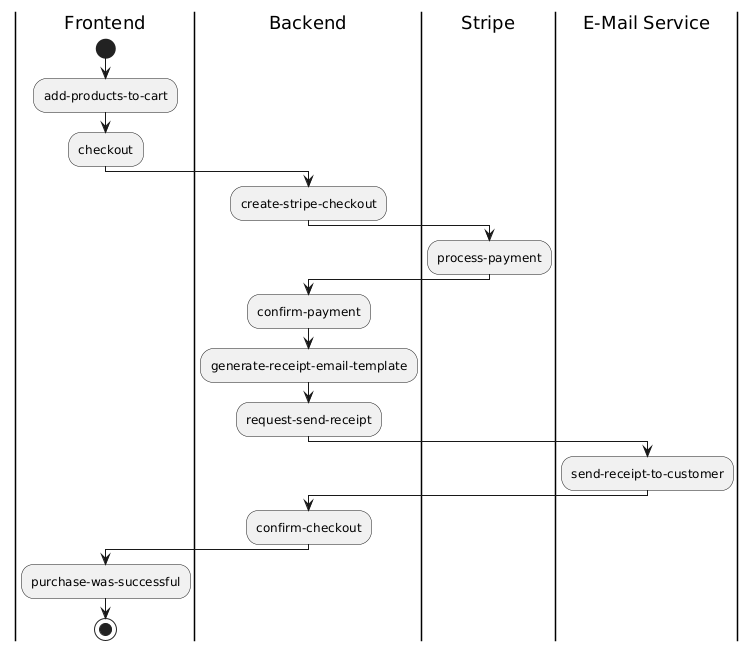
Earlier version of the PlantUML export documentation/images/uml_swimlane_checkout.png (EdwardSpaeth/Cloud-Project-Group-11).
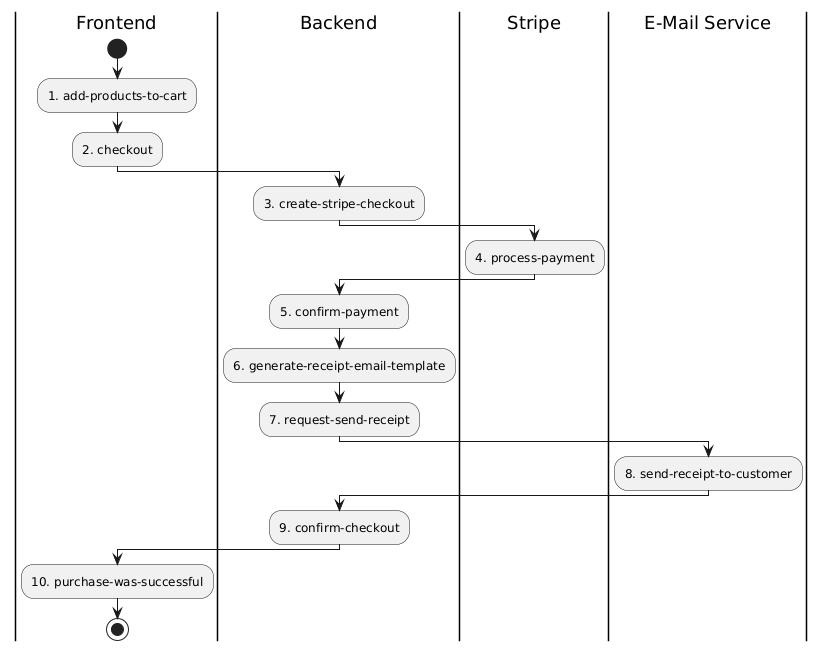
The same diagram one commit later.

What changed in the source:
```diff
@@ -1,28 +1,28 @@
 @startuml
 |Frontend|
 start
-:add-products-to-cart;
-:checkout;
+:1. add-products-to-cart;
+:2. checkout;
 
 |Backend|
-:create-stripe-checkout;
+:3. create-stripe-checkout;
 
 |Stripe|
-:process-payment;
+:4. process-payment;
 
 |Backend|
-:confirm-payment;
-:generate-receipt-email-template;
-:request-send-receipt;
+:5. confirm-payment;
+:6. generate-receipt-email-template;
+:7. request-send-receipt;
 
 |E-Mail Service|
-:send-receipt-to-customer;
+:8. send-receipt-to-customer;
 
 |Backend|
-:confirm-checkout;
+:9. confirm-checkout;
 
 |Frontend|
-:purchase-was-successful;
+:10. purchase-was-successful;
 
 stop
 @enduml
```
